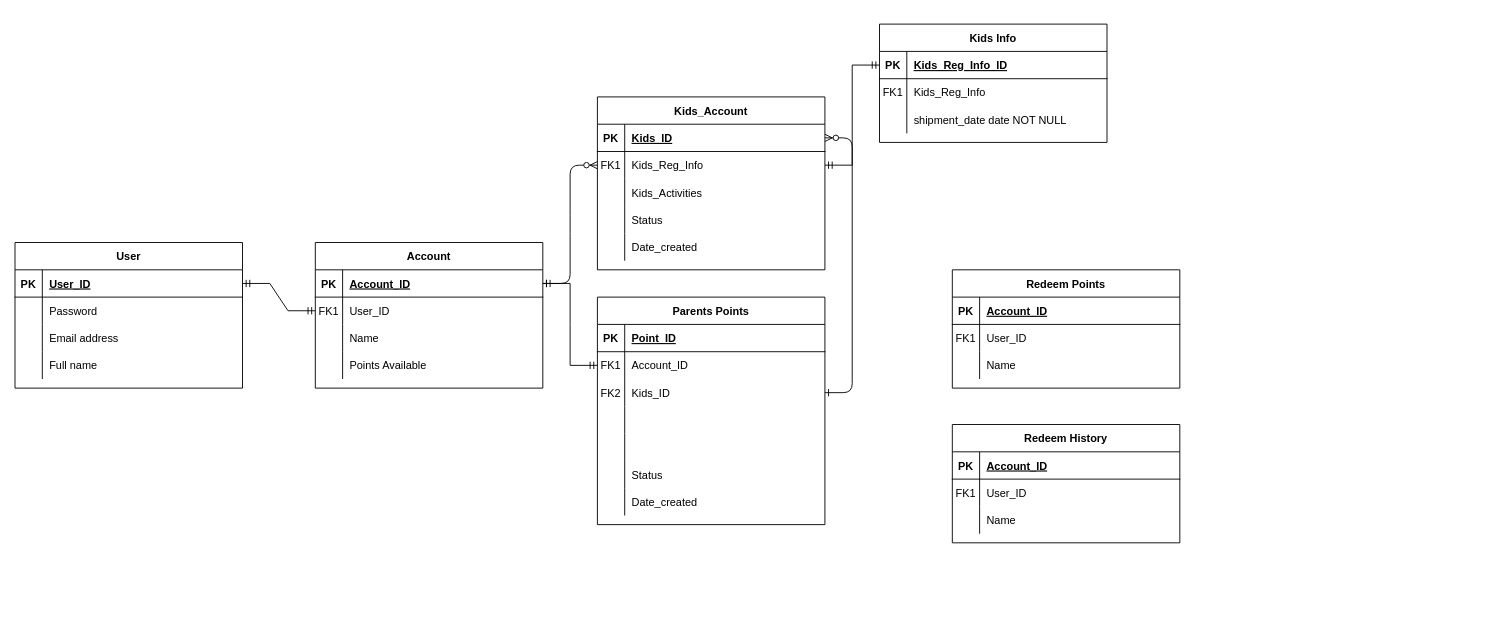
The draw.io diagram test1.drawio in AmirAini/BackEndDay1, before the edit. Source tidied: cells renumbered, new cells numbered last; positions are measured from the earlier drawing's top-left corner, leaving out a move shared by most shapes. Both pictures are drawn from the tidied source at 91%, with x=0, y=0 at pixel (15, 24).
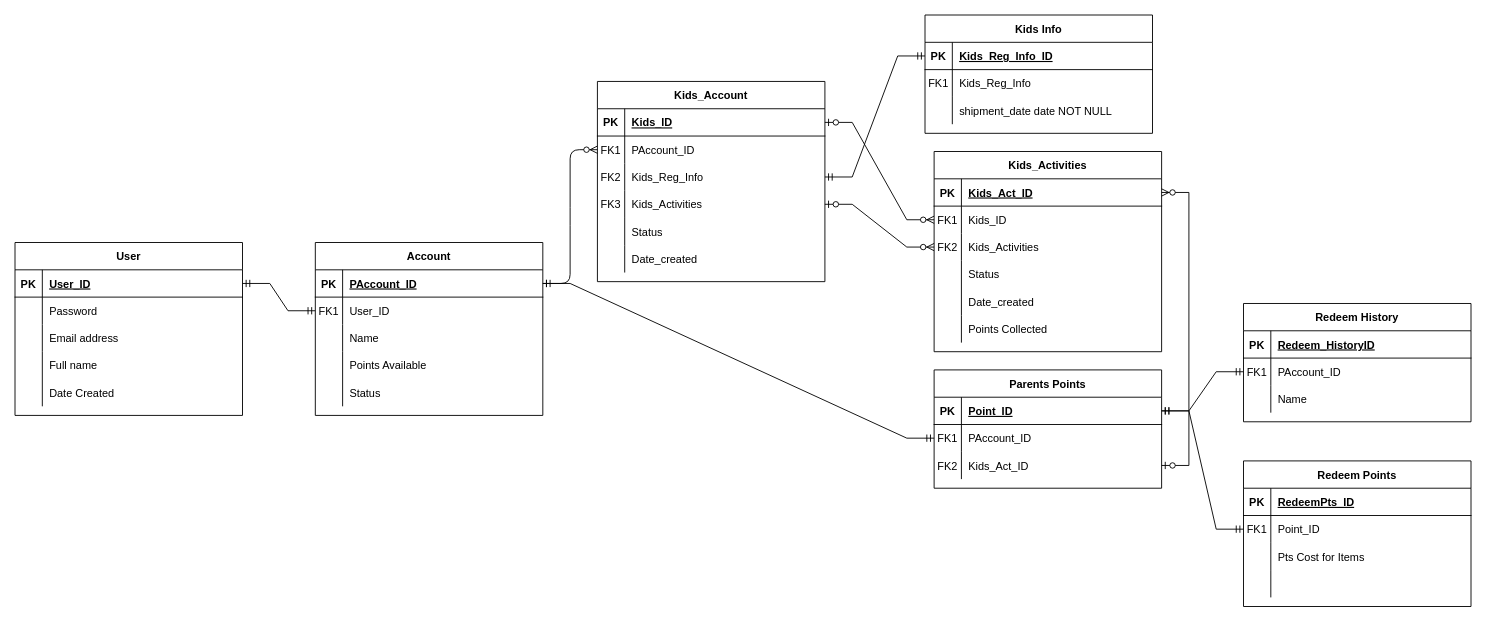
After the change.

The change refers to these unchanged cells:
```xml
<mxCell id="4" style="shape=partialRectangle;fillColor=none;points=[[0,0.5],[1,0.5]];portConstraint=eastwest;top=0;left=0;right=0;bottom=1;" parent="3" vertex="1">
  <mxGeometry y="30" width="250" height="30" as="geometry" />
</mxCell>
<mxCell id="17" style="shape=partialRectangle;fillColor=none;points=[[0,0.5],[1,0.5]];portConstraint=eastwest;top=0;left=0;right=0;bottom=1;" parent="16" vertex="1">
  <mxGeometry y="30" width="250" height="30" as="geometry" />
</mxCell>
<mxCell id="46" style="shape=partialRectangle;fillColor=none;top=0;left=0;right=0;bottom=1;" parent="45" vertex="1">
  <mxGeometry y="30" width="250" height="30" as="geometry" />
</mxCell>
<mxCell id="49" style="shape=partialRectangle;fillColor=none;points=[[0,0.5],[1,0.5]];portConstraint=eastwest;top=0;left=0;right=0;bottom=0;" parent="45" vertex="1">
  <mxGeometry y="60" width="250" height="30" as="geometry" />
</mxCell>
<mxCell id="52" style="shape=partialRectangle;fillColor=none;top=0;left=0;right=0;bottom=0;" parent="45" vertex="1">
  <mxGeometry y="90" width="250" height="30" as="geometry" />
</mxCell>
<mxCell id="56" style="shape=partialRectangle;fillColor=none;top=0;left=0;right=0;bottom=1;" parent="55" vertex="1">
  <mxGeometry y="30" width="250" height="30" as="geometry" />
</mxCell>
<mxCell id="59" style="shape=partialRectangle;fillColor=none;points=[[0,0.5],[1,0.5]];portConstraint=eastwest;top=0;left=0;right=0;bottom=0;" parent="55" vertex="1">
  <mxGeometry y="60" width="250" height="30" as="geometry" />
</mxCell>
<mxCell id="78" style="shape=partialRectangle;fillColor=none;points=[[0,0.5],[1,0.5]];portConstraint=eastwest;top=0;left=0;right=0;bottom=1;" parent="77" vertex="1">
  <mxGeometry y="30" width="250" height="30" as="geometry" />
</mxCell>
<mxCell id="81" style="shape=partialRectangle;fillColor=none;points=[[0,0.5],[1,0.5]];portConstraint=eastwest;top=0;left=0;right=0;bottom=0;" parent="77" vertex="1">
  <mxGeometry y="60" width="250" height="30" as="geometry" />
</mxCell>
<mxCell id="84" style="shape=partialRectangle;fillColor=none;points=[[0,0.5],[1,0.5]];portConstraint=eastwest;top=0;left=0;right=0;bottom=0;" parent="77" vertex="1">
  <mxGeometry y="90" width="250" height="30" as="geometry" />
</mxCell>
```

What changed in the source:
```diff
@@
-    <mxCell id="2" style="edgeStyle=entityRelationEdgeStyle;endArrow=ERzeroToMany;startArrow=ERone;endFill=1;startFill=0;" parent="1" edge="1" source="4" target="20">
+    <mxCell id="2" style="edgeStyle=entityRelationEdgeStyle;endArrow=ERzeroToMany;startArrow=ERone;endFill=1;startFill=0;" parent="1" edge="1" source="4" target="104">
       <mxGeometry relative="1" as="geometry" />
     </mxCell>
     <mxCell id="3" value="Account" style="shape=table;startSize=30;childLayout=tableLayout;rowLines=0;fontStyle=1;align=center;" parent="1" vertex="1">
-      <mxGeometry x="330" y="240" width="250" height="160" as="geometry" />
+      <mxGeometry x="330" y="240" width="250" height="190" as="geometry" />
     </mxCell>
@@
-    <mxCell id="6" value="Account_ID" style="shape=partialRectangle;overflow=hidden;fillColor=none;top=0;left=0;bottom=0;right=0;align=left;spacingLeft=6;fontStyle=5;" parent="4" vertex="1">
+    <mxCell id="6" value="PAccount_ID" style="shape=partialRectangle;overflow=hidden;fillColor=none;top=0;left=0;bottom=0;right=0;align=left;spacingLeft=6;fontStyle=5;" parent="4" vertex="1">
       <mxGeometry x="30" width="220" height="30" as="geometry" />
     </mxCell>
@@
+    <mxCell id="101" style="shape=partialRectangle;fillColor=none;top=0;left=0;right=0;bottom=0;" parent="3" vertex="1">
+      <mxGeometry y="150" width="250" height="30" as="geometry" />
+    </mxCell>
+    <mxCell id="102" style="shape=partialRectangle;overflow=hidden;fillColor=none;top=0;left=0;bottom=0;right=0;" parent="101" vertex="1">
+      <mxGeometry width="30" height="30" as="geometry" />
+    </mxCell>
+    <mxCell id="103" value="Status" style="shape=partialRectangle;overflow=hidden;fillColor=none;top=0;left=0;bottom=0;right=0;align=left;spacingLeft=6;" parent="101" vertex="1">
+      <mxGeometry x="30" width="220" height="30" as="geometry" />
+    </mxCell>
     <mxCell id="16" value="Kids_Account" style="shape=table;startSize=30;childLayout=tableLayout;rowLines=0;fontStyle=1;align=center;" parent="1" vertex="1">
-      <mxGeometry x="640" y="80" width="250" height="190" as="geometry" />
+      <mxGeometry x="640" y="63" width="250" height="220" as="geometry" />
     </mxCell>
@@
+    <mxCell id="104" style="shape=partialRectangle;fillColor=none;points=[[0,0.5],[1,0.5]];portConstraint=eastwest;top=0;left=0;right=0;bottom=0;" parent="16" vertex="1">
+      <mxGeometry y="60" width="250" height="30" as="geometry" />
+    </mxCell>
+    <mxCell id="105" value="FK1" style="shape=partialRectangle;overflow=hidden;fillColor=none;top=0;left=0;bottom=0;right=0;" parent="104" vertex="1">
+      <mxGeometry width="30" height="30" as="geometry" />
+    </mxCell>
+    <mxCell id="106" value="PAccount_ID" style="shape=partialRectangle;overflow=hidden;fillColor=none;top=0;left=0;bottom=0;right=0;align=left;spacingLeft=6;" parent="104" vertex="1">
+      <mxGeometry x="30" width="220" height="30" as="geometry" />
+    </mxCell>
     <mxCell id="20" style="shape=partialRectangle;fillColor=none;points=[[0,0.5],[1,0.5]];portConstraint=eastwest;top=0;left=0;right=0;bottom=0;" parent="16" vertex="1">
-      <mxGeometry y="60" width="250" height="30" as="geometry" />
+      <mxGeometry y="90" width="250" height="30" as="geometry" />
     </mxCell>
-    <mxCell id="21" value="FK1" style="shape=partialRectangle;overflow=hidden;fillColor=none;top=0;left=0;bottom=0;right=0;" parent="20" vertex="1">
+    <mxCell id="21" value="FK2" style="shape=partialRectangle;overflow=hidden;fillColor=none;top=0;left=0;bottom=0;right=0;" parent="20" vertex="1">
       <mxGeometry width="30" height="30" as="geometry" />
     </mxCell>
@@
     <mxCell id="23" style="shape=partialRectangle;fillColor=none;points=[[0,0.5],[1,0.5]];portConstraint=eastwest;top=0;left=0;right=0;bottom=0;" parent="16" vertex="1">
-      <mxGeometry y="90" width="250" height="30" as="geometry" />
+      <mxGeometry y="120" width="250" height="30" as="geometry" />
     </mxCell>
-    <mxCell id="24" style="shape=partialRectangle;overflow=hidden;fillColor=none;top=0;left=0;bottom=0;right=0;" parent="23" vertex="1">
+    <mxCell id="24" value="FK3" style="shape=partialRectangle;overflow=hidden;fillColor=none;top=0;left=0;bottom=0;right=0;" parent="23" vertex="1">
       <mxGeometry width="30" height="30" as="geometry" />
     </mxCell>
@@
     <mxCell id="26" style="shape=partialRectangle;fillColor=none;top=0;left=0;right=0;bottom=0;" parent="16" vertex="1">
-      <mxGeometry y="120" width="250" height="30" as="geometry" />
+      <mxGeometry y="150" width="250" height="30" as="geometry" />
     </mxCell>
@@
     <mxCell id="29" style="shape=partialRectangle;fillColor=none;top=0;left=0;right=0;bottom=0;" parent="16" vertex="1">
-      <mxGeometry y="150" width="250" height="30" as="geometry" />
+      <mxGeometry y="180" width="250" height="30" as="geometry" />
     </mxCell>
@@
     <mxCell id="32" value="User" style="shape=table;startSize=30;childLayout=tableLayout;rowLines=0;fontStyle=1;align=center;" parent="1" vertex="1">
-      <mxGeometry y="240" width="250" height="160" as="geometry" />
+      <mxGeometry y="240" width="250" height="190" as="geometry" />
     </mxCell>
@@
+    <mxCell id="107" style="shape=partialRectangle;fillColor=none;top=0;left=0;right=0;bottom=0;" parent="32" vertex="1">
+      <mxGeometry y="150" width="250" height="30" as="geometry" />
+    </mxCell>
+    <mxCell id="108" style="shape=partialRectangle;overflow=hidden;fillColor=none;top=0;left=0;bottom=0;right=0;" parent="107" vertex="1">
+      <mxGeometry width="30" height="30" as="geometry" />
+    </mxCell>
+    <mxCell id="109" value="Date Created" style="shape=partialRectangle;overflow=hidden;fillColor=none;top=0;left=0;bottom=0;right=0;align=left;spacingLeft=6;" parent="107" vertex="1">
+      <mxGeometry x="30" width="220" height="30" as="geometry" />
+    </mxCell>
     <mxCell id="45" value="Redeem Points" style="shape=table;startSize=30;childLayout=tableLayout;rowLines=0;fontStyle=1;align=center;" parent="1" vertex="1">
-      <mxGeometry x="1030" y="270" width="250" height="130" as="geometry" />
+      <mxGeometry x="1350" y="480" width="250" height="160" as="geometry" />
     </mxCell>
@@
-    <mxCell id="48" value="Account_ID" style="shape=partialRectangle;overflow=hidden;fillColor=none;top=0;left=0;bottom=0;right=0;align=left;spacingLeft=6;fontStyle=5;" parent="46" vertex="1">
+    <mxCell id="48" value="RedeemPts_ID" style="shape=partialRectangle;overflow=hidden;fillColor=none;top=0;left=0;bottom=0;right=0;align=left;spacingLeft=6;fontStyle=5;" parent="46" vertex="1">
       <mxGeometry x="30" width="220" height="30" as="geometry" />
     </mxCell>
@@
-    <mxCell id="51" value="User_ID" style="shape=partialRectangle;overflow=hidden;fillColor=none;top=0;left=0;bottom=0;right=0;align=left;spacingLeft=6;" parent="49" vertex="1">
+    <mxCell id="51" value="Point_ID" style="shape=partialRectangle;overflow=hidden;fillColor=none;top=0;left=0;bottom=0;right=0;align=left;spacingLeft=6;" parent="49" vertex="1">
       <mxGeometry x="30" width="220" height="30" as="geometry" />
     </mxCell>
@@
-    <mxCell id="54" value="Name" style="shape=partialRectangle;overflow=hidden;fillColor=none;top=0;left=0;bottom=0;right=0;align=left;spacingLeft=6;" parent="52" vertex="1">
+    <mxCell id="54" value="Pts Cost for Items" style="shape=partialRectangle;overflow=hidden;fillColor=none;top=0;left=0;bottom=0;right=0;align=left;spacingLeft=6;" parent="52" vertex="1">
       <mxGeometry x="30" width="220" height="30" as="geometry" />
     </mxCell>
+    <mxCell id="110" style="shape=partialRectangle;fillColor=none;top=0;left=0;right=0;bottom=0;" parent="45" vertex="1">
+      <mxGeometry y="120" width="250" height="30" as="geometry" />
+    </mxCell>
+    <mxCell id="111" style="shape=partialRectangle;overflow=hidden;fillColor=none;top=0;left=0;bottom=0;right=0;" parent="110" vertex="1">
+      <mxGeometry width="30" height="30" as="geometry" />
+    </mxCell>
+    <mxCell id="112" style="shape=partialRectangle;overflow=hidden;fillColor=none;top=0;left=0;bottom=0;right=0;align=left;spacingLeft=6;" parent="110" vertex="1">
+      <mxGeometry x="30" width="220" height="30" as="geometry" />
+    </mxCell>
     <mxCell id="55" value="Redeem History" style="shape=table;startSize=30;childLayout=tableLayout;rowLines=0;fontStyle=1;align=center;" parent="1" vertex="1">
-      <mxGeometry x="1030" y="440" width="250" height="130" as="geometry" />
+      <mxGeometry x="1350" y="307" width="250" height="130" as="geometry" />
     </mxCell>
@@
-    <mxCell id="58" value="Account_ID" style="shape=partialRectangle;overflow=hidden;fillColor=none;top=0;left=0;bottom=0;right=0;align=left;spacingLeft=6;fontStyle=5;" parent="56" vertex="1">
+    <mxCell id="58" value="Redeem_HistoryID" style="shape=partialRectangle;overflow=hidden;fillColor=none;top=0;left=0;bottom=0;right=0;align=left;spacingLeft=6;fontStyle=5;" parent="56" vertex="1">
       <mxGeometry x="30" width="220" height="30" as="geometry" />
     </mxCell>
@@
-    <mxCell id="61" value="User_ID" style="shape=partialRectangle;overflow=hidden;fillColor=none;top=0;left=0;bottom=0;right=0;align=left;spacingLeft=6;" parent="59" vertex="1">
+    <mxCell id="61" value="PAccount_ID" style="shape=partialRectangle;overflow=hidden;fillColor=none;top=0;left=0;bottom=0;right=0;align=left;spacingLeft=6;" parent="59" vertex="1">
       <mxGeometry x="30" width="220" height="30" as="geometry" />
     </mxCell>
@@
     <mxCell id="65" value="Kids Info" style="shape=table;startSize=30;childLayout=tableLayout;rowLines=0;fontStyle=1;align=center;" parent="1" vertex="1">
-      <mxGeometry x="950" width="250" height="130" as="geometry" />
+      <mxGeometry x="1000" y="-10" width="250" height="130" as="geometry" />
     </mxCell>
@@
     <mxCell id="77" value="Parents Points" style="shape=table;startSize=30;childLayout=tableLayout;rowLines=0;fontStyle=1;align=center;" parent="1" vertex="1">
-      <mxGeometry x="640" y="300" width="250" height="250" as="geometry" />
+      <mxGeometry x="1010" y="380" width="250" height="130" as="geometry" />
     </mxCell>
@@
-    <mxCell id="83" value="Account_ID" style="shape=partialRectangle;overflow=hidden;fillColor=none;top=0;left=0;bottom=0;right=0;align=left;spacingLeft=6;" parent="81" vertex="1">
+    <mxCell id="83" value="PAccount_ID" style="shape=partialRectangle;overflow=hidden;fillColor=none;top=0;left=0;bottom=0;right=0;align=left;spacingLeft=6;" parent="81" vertex="1">
       <mxGeometry x="30" width="220" height="30" as="geometry" />
     </mxCell>
@@
-    <mxCell id="86" value="Kids_ID" style="shape=partialRectangle;overflow=hidden;fillColor=none;top=0;left=0;bottom=0;right=0;align=left;spacingLeft=6;" parent="84" vertex="1">
+    <mxCell id="86" value="Kids_Act_ID" style="shape=partialRectangle;overflow=hidden;fillColor=none;top=0;left=0;bottom=0;right=0;align=left;spacingLeft=6;" parent="84" vertex="1">
       <mxGeometry x="30" width="220" height="30" as="geometry" />
     </mxCell>
-    <mxCell id="87" style="shape=partialRectangle;fillColor=none;top=0;left=0;right=0;bottom=0;" parent="77" vertex="1">
-      <mxGeometry y="120" width="250" height="30" as="geometry" />
-    </mxCell>
-    <mxCell id="88" style="shape=partialRectangle;overflow=hidden;fillColor=none;top=0;left=0;bottom=0;right=0;" parent="87" vertex="1">
-      <mxGeometry width="30" height="30" as="geometry" />
-    </mxCell>
-    <mxCell id="89" style="shape=partialRectangle;overflow=hidden;fillColor=none;top=0;left=0;bottom=0;right=0;align=left;spacingLeft=6;" parent="87" vertex="1">
-      <mxGeometry x="30" width="220" height="30" as="geometry" />
-    </mxCell>
-    <mxCell id="90" style="shape=partialRectangle;fillColor=none;top=0;left=0;right=0;bottom=0;" parent="77" vertex="1">
-      <mxGeometry y="150" width="250" height="30" as="geometry" />
-    </mxCell>
-    <mxCell id="91" style="shape=partialRectangle;overflow=hidden;fillColor=none;top=0;left=0;bottom=0;right=0;" parent="90" vertex="1">
-      <mxGeometry width="30" height="30" as="geometry" />
-    </mxCell>
-    <mxCell id="92" style="shape=partialRectangle;overflow=hidden;fillColor=none;top=0;left=0;bottom=0;right=0;align=left;spacingLeft=6;" parent="90" vertex="1">
-      <mxGeometry x="30" width="220" height="30" as="geometry" />
-    </mxCell>
+    <mxCell id="99" style="edgeStyle=entityRelationEdgeStyle;fontSize=12;html=1;endArrow=ERmandOne;startArrow=ERmandOne;rounded=0;" parent="1" edge="1" source="4" target="81">
+      <mxGeometry relative="1" as="geometry" />
+    </mxCell>
+    <mxCell id="113" value="Kids_Activities" style="shape=table;startSize=30;childLayout=tableLayout;rowLines=0;fontStyle=1;align=center;" parent="1" vertex="1">
+      <mxGeometry x="1010" y="140" width="250" height="220" as="geometry" />
+    </mxCell>
+    <mxCell id="114" style="shape=partialRectangle;fillColor=none;points=[[0,0.5],[1,0.5]];portConstraint=eastwest;top=0;left=0;right=0;bottom=1;" parent="113" vertex="1">
+      <mxGeometry y="30" width="250" height="30" as="geometry" />
+    </mxCell>
+    <mxCell id="115" value="PK" style="shape=partialRectangle;overflow=hidden;fillColor=none;top=0;left=0;bottom=0;right=0;fontStyle=1;" parent="114" vertex="1">
+      <mxGeometry width="30" height="30" as="geometry" />
+    </mxCell>
+    <mxCell id="116" value="Kids_Act_ID" style="shape=partialRectangle;overflow=hidden;fillColor=none;top=0;left=0;bottom=0;right=0;align=left;spacingLeft=6;fontStyle=5;" parent="114" vertex="1">
+      <mxGeometry x="30" width="220" height="30" as="geometry" />
+    </mxCell>
+    <mxCell id="117" style="shape=partialRectangle;fillColor=none;points=[[0,0.5],[1,0.5]];portConstraint=eastwest;top=0;left=0;right=0;bottom=0;" parent="113" vertex="1">
+      <mxGeometry y="60" width="250" height="30" as="geometry" />
+    </mxCell>
+    <mxCell id="118" value="FK1" style="shape=partialRectangle;overflow=hidden;fillColor=none;top=0;left=0;bottom=0;right=0;" parent="117" vertex="1">
+      <mxGeometry width="30" height="30" as="geometry" />
+    </mxCell>
+    <mxCell id="119" value="Kids_ID" style="shape=partialRectangle;overflow=hidden;fillColor=none;top=0;left=0;bottom=0;right=0;align=left;spacingLeft=6;" parent="117" vertex="1">
+      <mxGeometry x="30" width="220" height="30" as="geometry" />
+    </mxCell>
+    <mxCell id="120" style="shape=partialRectangle;fillColor=none;points=[[0,0.5],[1,0.5]];portConstraint=eastwest;top=0;left=0;right=0;bottom=0;" parent="113" vertex="1">
+      <mxGeometry y="90" width="250" height="30" as="geometry" />
+    </mxCell>
+    <mxCell id="121" value="FK2" style="shape=partialRectangle;overflow=hidden;fillColor=none;top=0;left=0;bottom=0;right=0;" parent="120" vertex="1">
+      <mxGeometry width="30" height="30" as="geometry" />
+    </mxCell>
+    <mxCell id="122" value="Kids_Activities" style="shape=partialRectangle;overflow=hidden;fillColor=none;top=0;left=0;bottom=0;right=0;align=left;spacingLeft=6;" parent="120" vertex="1">
+      <mxGeometry x="30" width="220" height="30" as="geometry" />
+    </mxCell>
+    <mxCell id="123" style="shape=partialRectangle;fillColor=none;top=0;left=0;right=0;bottom=0;" parent="113" vertex="1">
+      <mxGeometry y="120" width="250" height="30" as="geometry" />
+    </mxCell>
+    <mxCell id="124" style="shape=partialRectangle;overflow=hidden;fillColor=none;top=0;left=0;bottom=0;right=0;" parent="123" vertex="1">
+      <mxGeometry width="30" height="30" as="geometry" />
+    </mxCell>
+    <mxCell id="125" value="Status" style="shape=partialRectangle;overflow=hidden;fillColor=none;top=0;left=0;bottom=0;right=0;align=left;spacingLeft=6;" parent="123" vertex="1">
+      <mxGeometry x="30" width="220" height="30" as="geometry" />
+    </mxCell>
+    <mxCell id="126" style="shape=partialRectangle;fillColor=none;top=0;left=0;right=0;bottom=0;" parent="113" vertex="1">
+      <mxGeometry y="150" width="250" height="30" as="geometry" />
+    </mxCell>
+    <mxCell id="127" style="shape=partialRectangle;overflow=hidden;fillColor=none;top=0;left=0;bottom=0;right=0;" parent="126" vertex="1">
+      <mxGeometry width="30" height="30" as="geometry" />
+    </mxCell>
+    <mxCell id="98" value="Date_created" style="shape=partialRectangle;overflow=hidden;fillColor=none;top=0;left=0;bottom=0;right=0;align=left;spacingLeft=6;" parent="126" vertex="1">
+      <mxGeometry x="30" width="220" height="30" as="geometry" />
+    </mxCell>
-    <mxCell id="93" style="shape=partialRectangle;fillColor=none;top=0;left=0;right=0;bottom=0;" parent="77" vertex="1">
+    <mxCell id="93" style="shape=partialRectangle;fillColor=none;top=0;left=0;right=0;bottom=0;" parent="113" vertex="1">
       <mxGeometry y="180" width="250" height="30" as="geometry" />
     </mxCell>
-    <mxCell id="94" style="shape=partialRectangle;overflow=hidden;fillColor=none;top=0;left=0;bottom=0;right=0;" parent="93" vertex="1">
-      <mxGeometry width="30" height="30" as="geometry" />
-    </mxCell>
-    <mxCell id="95" value="Status" style="shape=partialRectangle;overflow=hidden;fillColor=none;top=0;left=0;bottom=0;right=0;align=left;spacingLeft=6;" parent="93" vertex="1">
-      <mxGeometry x="30" width="220" height="30" as="geometry" />
-    </mxCell>
-    <mxCell id="96" style="shape=partialRectangle;fillColor=none;top=0;left=0;right=0;bottom=0;" parent="77" vertex="1">
-      <mxGeometry y="210" width="250" height="30" as="geometry" />
-    </mxCell>
-    <mxCell id="97" style="shape=partialRectangle;overflow=hidden;fillColor=none;top=0;left=0;bottom=0;right=0;" parent="96" vertex="1">
-      <mxGeometry width="30" height="30" as="geometry" />
-    </mxCell>
-    <mxCell id="98" value="Date_created" style="shape=partialRectangle;overflow=hidden;fillColor=none;top=0;left=0;bottom=0;right=0;align=left;spacingLeft=6;" parent="96" vertex="1">
-      <mxGeometry x="30" width="220" height="30" as="geometry" />
-    </mxCell>
-    <mxCell id="99" style="edgeStyle=entityRelationEdgeStyle;fontSize=12;html=1;endArrow=ERmandOne;startArrow=ERmandOne;rounded=0;" parent="1" edge="1" source="4" target="81">
-      <mxGeometry relative="1" as="geometry" />
-    </mxCell>
-    <mxCell id="100" style="edgeStyle=entityRelationEdgeStyle;endArrow=ERzeroToMany;startArrow=ERone;endFill=1;startFill=0;" parent="1" edge="1" source="84" target="17">
-      <mxGeometry relative="1" as="geometry" />
-    </mxCell>
+    <mxCell id="128" style="shape=partialRectangle;overflow=hidden;fillColor=none;top=0;left=0;bottom=0;right=0;" parent="93" vertex="1">
+      <mxGeometry width="30" height="30" as="geometry" />
+    </mxCell>
+    <mxCell id="129" value="Points Collected" style="shape=partialRectangle;overflow=hidden;fillColor=none;top=0;left=0;bottom=0;right=0;align=left;spacingLeft=6;" parent="93" vertex="1">
+      <mxGeometry x="30" width="220" height="30" as="geometry" />
+    </mxCell>
+    <mxCell id="130" style="edgeStyle=entityRelationEdgeStyle;fontSize=12;html=1;endArrow=ERzeroToMany;startArrow=ERzeroToOne;rounded=0;" parent="1" edge="1" source="23" target="120">
+      <mxGeometry relative="1" as="geometry" />
+    </mxCell>
+    <mxCell id="131" style="edgeStyle=entityRelationEdgeStyle;fontSize=12;html=1;endArrow=ERzeroToMany;startArrow=ERzeroToOne;rounded=0;" parent="1" edge="1" source="17" target="117">
+      <mxGeometry relative="1" as="geometry" />
+    </mxCell>
+    <mxCell id="132" style="edgeStyle=entityRelationEdgeStyle;fontSize=12;html=1;endArrow=ERzeroToMany;startArrow=ERzeroToOne;rounded=0;" parent="1" edge="1" source="84" target="114">
+      <mxGeometry relative="1" as="geometry" />
+    </mxCell>
+    <mxCell id="133" style="edgeStyle=entityRelationEdgeStyle;fontSize=12;html=1;endArrow=ERmandOne;startArrow=ERmandOne;rounded=0;" parent="1" edge="1" source="78" target="59">
+      <mxGeometry relative="1" as="geometry" />
+    </mxCell>
+    <mxCell id="134" style="edgeStyle=entityRelationEdgeStyle;fontSize=12;html=1;endArrow=ERmandOne;startArrow=ERmandOne;rounded=0;" parent="1" edge="1" source="78" target="49">
+      <mxGeometry relative="1" as="geometry" />
+    </mxCell>
```
